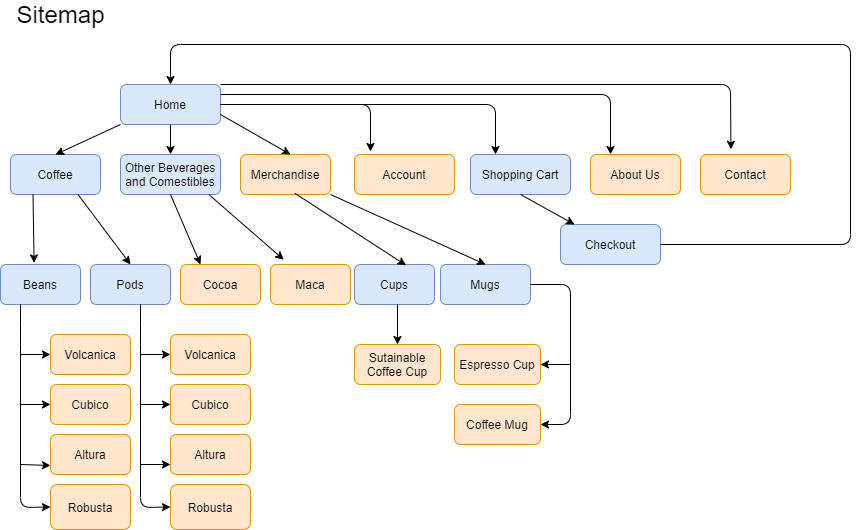
Before: doc/Sitemap.png, a diagram exported from draw.io (haugs2/inca-coffeeshop). Source tidied: cells renumbered, new cells last; positions are measured from the earlier drawing's top-left corner, leaving out a move shared by most shapes.
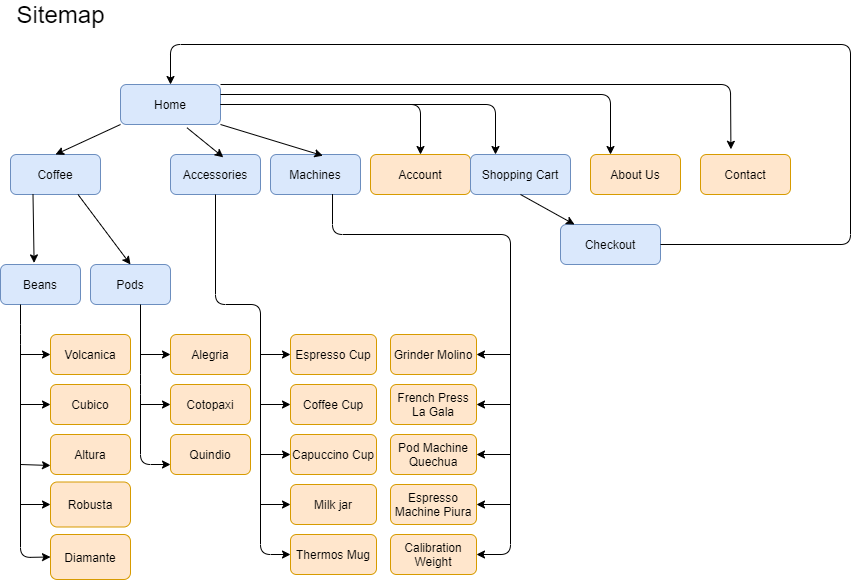
Above is the later version.

Diff of the diagram source:
```diff
@@ -8,14 +8,11 @@
     <mxCell id="3" value="Coffee" style="rounded=1;whiteSpace=wrap;html=1;fillColor=#dae8fc;strokeColor=#6c8ebf;" parent="1" vertex="1">
       <mxGeometry x="10" y="150" width="90" height="40" as="geometry" />
     </mxCell>
-    <mxCell id="4" value="Other Beverages and Comestibles" style="rounded=1;whiteSpace=wrap;html=1;fillColor=#dae8fc;strokeColor=#6c8ebf;" parent="1" vertex="1">
-      <mxGeometry x="120" y="150" width="100" height="40" as="geometry" />
-    </mxCell>
-    <mxCell id="5" value="Merchandise" style="rounded=1;whiteSpace=wrap;html=1;fillColor=#ffe6cc;strokeColor=#d79b00;" parent="1" vertex="1">
-      <mxGeometry x="240" y="150" width="90" height="40" as="geometry" />
+    <mxCell id="5" value="Accessories" style="rounded=1;whiteSpace=wrap;html=1;fillColor=#dae8fc;strokeColor=#6c8ebf;" parent="1" vertex="1">
+      <mxGeometry x="170" y="150" width="90" height="40" as="geometry" />
     </mxCell>
     <mxCell id="6" value="Account" style="rounded=1;whiteSpace=wrap;html=1;fillColor=#ffe6cc;strokeColor=#d79b00;" parent="1" vertex="1">
-      <mxGeometry x="354" y="150" width="100" height="40" as="geometry" />
+      <mxGeometry x="370" y="150" width="100" height="40" as="geometry" />
     </mxCell>
     <mxCell id="7" value="Shopping Cart" style="rounded=1;whiteSpace=wrap;html=1;fillColor=#dae8fc;strokeColor=#6c8ebf;" parent="1" vertex="1">
       <mxGeometry x="470" y="150" width="100" height="40" as="geometry" />
@@ -38,19 +35,13 @@
     <mxCell id="13" style="endArrow=classic;html=1;exitX=0;exitY=1;exitDx=0;exitDy=0;entryX=0.5;entryY=0;entryDx=0;entryDy=0;" parent="1" edge="1" source="2" target="3">
       <mxGeometry relative="1" as="geometry" />
     </mxCell>
-    <mxCell id="14" style="endArrow=classic;html=1;exitX=0.5;exitY=1;exitDx=0;exitDy=0;entryX=0.5;entryY=0;entryDx=0;entryDy=0;" parent="1" edge="1" source="2" target="4">
-      <mxGeometry relative="1" as="geometry" />
-    </mxCell>
-    <mxCell id="15" style="endArrow=classic;html=1;exitX=1;exitY=0.75;exitDx=0;exitDy=0;" parent="1" edge="1" source="2">
-      <mxGeometry relative="1" as="geometry">
-        <mxPoint x="290" y="150" as="targetPoint" />
-      </mxGeometry>
+    <mxCell id="15" style="endArrow=classic;html=1;exitX=0.664;exitY=1.08;exitDx=0;exitDy=0;entryX=0.587;entryY=0.07;entryDx=0;entryDy=0;entryPerimeter=0;exitPerimeter=0;" parent="1" edge="1" source="2" target="5">
+      <mxGeometry relative="1" as="geometry" />
     </mxCell>
-    <mxCell id="16" style="endArrow=classic;html=1;exitX=1;exitY=0.5;exitDx=0;exitDy=0;" parent="1" edge="1" source="2">
+    <mxCell id="16" style="endArrow=classic;html=1;exitX=1;exitY=0.5;exitDx=0;exitDy=0;entryX=0.5;entryY=0;entryDx=0;entryDy=0;" parent="1" edge="1" source="2" target="6">
       <mxGeometry relative="1" as="geometry">
-        <mxPoint x="370" y="147" as="targetPoint" />
         <Array as="points">
-          <mxPoint x="370" y="100" />
+          <mxPoint x="420" y="100" />
         </Array>
       </mxGeometry>
     </mxCell>
@@ -86,24 +77,6 @@
     <mxCell id="22" style="endArrow=classic;html=1;exitX=0.75;exitY=1;exitDx=0;exitDy=0;entryX=0.5;entryY=0;entryDx=0;entryDy=0;" parent="1" edge="1" source="3" target="12">
       <mxGeometry relative="1" as="geometry" />
     </mxCell>
-    <mxCell id="23" value="Cocoa" style="rounded=1;whiteSpace=wrap;html=1;fillColor=#ffe6cc;strokeColor=#d79b00;" parent="1" vertex="1">
-      <mxGeometry x="180" y="260" width="80" height="40" as="geometry" />
-    </mxCell>
-    <mxCell id="24" value="Maca" style="rounded=1;whiteSpace=wrap;html=1;fillColor=#ffe6cc;strokeColor=#d79b00;" parent="1" vertex="1">
-      <mxGeometry x="270" y="260" width="80" height="40" as="geometry" />
-    </mxCell>
-    <mxCell id="25" style="endArrow=classic;html=1;exitX=0.5;exitY=1;exitDx=0;exitDy=0;entryX=0.25;entryY=0;entryDx=0;entryDy=0;" parent="1" edge="1" source="4" target="23">
-      <mxGeometry relative="1" as="geometry" />
-    </mxCell>
-    <mxCell id="26" style="endArrow=classic;html=1;exitX=0.888;exitY=1.01;exitDx=0;exitDy=0;exitPerimeter=0;entryX=0.165;entryY=-0.12;entryDx=0;entryDy=0;entryPerimeter=0;" parent="1" edge="1" source="4" target="24">
-      <mxGeometry relative="1" as="geometry" />
-    </mxCell>
-    <mxCell id="27" value="Cups" style="rounded=1;whiteSpace=wrap;html=1;fillColor=#dae8fc;strokeColor=#6c8ebf;" parent="1" vertex="1">
-      <mxGeometry x="354" y="260" width="80" height="40" as="geometry" />
-    </mxCell>
-    <mxCell id="28" value="Mugs" style="rounded=1;whiteSpace=wrap;html=1;fillColor=#dae8fc;strokeColor=#6c8ebf;" parent="1" vertex="1">
-      <mxGeometry x="440" y="260" width="90" height="40" as="geometry" />
-    </mxCell>
     <mxCell id="29" value="Volcanica" style="rounded=1;whiteSpace=wrap;html=1;fillColor=#ffe6cc;strokeColor=#d79b00;" parent="1" vertex="1">
       <mxGeometry x="50" y="330" width="80" height="40" as="geometry" />
     </mxCell>
@@ -114,13 +87,13 @@
       <mxGeometry x="50" y="430" width="80" height="40" as="geometry" />
     </mxCell>
     <mxCell id="32" value="Robusta" style="rounded=1;whiteSpace=wrap;html=1;fillColor=#ffe6cc;strokeColor=#d79b00;" parent="1" vertex="1">
-      <mxGeometry x="50" y="480" width="80" height="45" as="geometry" />
+      <mxGeometry x="50" y="477.5" width="80" height="45" as="geometry" />
     </mxCell>
-    <mxCell id="33" style="endArrow=classic;html=1;exitX=0.25;exitY=1;exitDx=0;exitDy=0;entryX=0;entryY=0.5;entryDx=0;entryDy=0;" parent="1" edge="1" source="11" target="32">
+    <mxCell id="33" style="endArrow=classic;html=1;exitX=0.25;exitY=1;exitDx=0;exitDy=0;entryX=0;entryY=0.5;entryDx=0;entryDy=0;" parent="1" edge="1" source="11" target="55">
       <mxGeometry relative="1" as="geometry">
         <Array as="points">
           <mxPoint x="20" y="330" />
-          <mxPoint x="20" y="503" />
+          <mxPoint x="20" y="553" />
         </Array>
       </mxGeometry>
     </mxCell>
@@ -141,27 +114,15 @@
         <mxPoint x="20" y="350" as="sourcePoint" />
       </mxGeometry>
     </mxCell>
-    <mxCell id="37" value="Volcanica" style="rounded=1;whiteSpace=wrap;html=1;fillColor=#ffe6cc;strokeColor=#d79b00;" parent="1" vertex="1">
+    <mxCell id="37" value="Alegria" style="rounded=1;whiteSpace=wrap;html=1;fillColor=#ffe6cc;strokeColor=#d79b00;" parent="1" vertex="1">
       <mxGeometry x="170" y="330" width="80" height="40" as="geometry" />
     </mxCell>
-    <mxCell id="38" value="Cubico" style="rounded=1;whiteSpace=wrap;html=1;fillColor=#ffe6cc;strokeColor=#d79b00;" parent="1" vertex="1">
+    <mxCell id="38" value="Cotopaxi" style="rounded=1;whiteSpace=wrap;html=1;fillColor=#ffe6cc;strokeColor=#d79b00;" parent="1" vertex="1">
       <mxGeometry x="170" y="380" width="80" height="40" as="geometry" />
     </mxCell>
-    <mxCell id="39" value="Altura" style="rounded=1;whiteSpace=wrap;html=1;fillColor=#ffe6cc;strokeColor=#d79b00;" parent="1" vertex="1">
+    <mxCell id="39" value="Quindio" style="rounded=1;whiteSpace=wrap;html=1;fillColor=#ffe6cc;strokeColor=#d79b00;" parent="1" vertex="1">
       <mxGeometry x="170" y="430" width="80" height="40" as="geometry" />
     </mxCell>
-    <mxCell id="40" value="Robusta" style="rounded=1;whiteSpace=wrap;html=1;fillColor=#ffe6cc;strokeColor=#d79b00;" parent="1" vertex="1">
-      <mxGeometry x="170" y="480" width="80" height="45" as="geometry" />
-    </mxCell>
-    <mxCell id="41" style="endArrow=classic;html=1;exitX=0.25;exitY=1;exitDx=0;exitDy=0;entryX=0;entryY=0.5;entryDx=0;entryDy=0;" parent="1" edge="1" target="40">
-      <mxGeometry relative="1" as="geometry">
-        <mxPoint x="140" y="300" as="sourcePoint" />
-        <Array as="points">
-          <mxPoint x="140" y="330" />
-          <mxPoint x="140" y="503" />
-        </Array>
-      </mxGeometry>
-    </mxCell>
     <mxCell id="42" style="endArrow=classic;html=1;exitX=1;exitY=0.5;exitDx=0;exitDy=0;entryX=0.5;entryY=0;entryDx=0;entryDy=0;" parent="1" edge="1" source="8" target="2">
       <mxGeometry relative="1" as="geometry">
         <Array as="points">
@@ -181,46 +142,119 @@
         <mxPoint x="140" y="400" as="sourcePoint" />
       </mxGeometry>
     </mxCell>
-    <mxCell id="45" style="endArrow=classic;html=1;entryX=0;entryY=0.75;entryDx=0;entryDy=0;" parent="1" edge="1" target="39">
-      <mxGeometry relative="1" as="geometry">
-        <mxPoint x="140" y="460" as="sourcePoint" />
-      </mxGeometry>
-    </mxCell>
-    <mxCell id="46" value="Sutainable Coffee Cup" style="rounded=1;whiteSpace=wrap;html=1;fillColor=#ffe6cc;strokeColor=#d79b00;" parent="1" vertex="1">
-      <mxGeometry x="354" y="340" width="86" height="40" as="geometry" />
+    <mxCell id="46" value="Espresso Cup" style="rounded=1;whiteSpace=wrap;html=1;fillColor=#ffe6cc;strokeColor=#d79b00;" parent="1" vertex="1">
+      <mxGeometry x="290" y="330" width="86" height="40" as="geometry" />
     </mxCell>
-    <mxCell id="47" value="Espresso Cup" style="rounded=1;whiteSpace=wrap;html=1;fillColor=#ffe6cc;strokeColor=#d79b00;" parent="1" vertex="1">
-      <mxGeometry x="454" y="340" width="86" height="40" as="geometry" />
+    <mxCell id="47" value="Coffee Cup" style="rounded=1;whiteSpace=wrap;html=1;fillColor=#ffe6cc;strokeColor=#d79b00;" parent="1" vertex="1">
+      <mxGeometry x="290" y="380" width="86" height="40" as="geometry" />
     </mxCell>
-    <mxCell id="48" value="Coffee Mug" style="rounded=1;whiteSpace=wrap;html=1;fillColor=#ffe6cc;strokeColor=#d79b00;" parent="1" vertex="1">
-      <mxGeometry x="454" y="400" width="86" height="40" as="geometry" />
+    <mxCell id="48" value="Capuccino Cup" style="rounded=1;whiteSpace=wrap;html=1;fillColor=#ffe6cc;strokeColor=#d79b00;" parent="1" vertex="1">
+      <mxGeometry x="290" y="430" width="86" height="40" as="geometry" />
     </mxCell>
-    <mxCell id="49" style="endArrow=classic;html=1;exitX=0.604;exitY=0.97;exitDx=0;exitDy=0;exitPerimeter=0;entryX=0.645;entryY=0.02;entryDx=0;entryDy=0;entryPerimeter=0;" parent="1" edge="1" source="5" target="27">
-      <mxGeometry relative="1" as="geometry" />
-    </mxCell>
-    <mxCell id="50" style="endArrow=classic;html=1;exitX=1;exitY=1;exitDx=0;exitDy=0;entryX=0.5;entryY=0;entryDx=0;entryDy=0;" parent="1" edge="1" source="5" target="28">
-      <mxGeometry relative="1" as="geometry" />
-    </mxCell>
-    <mxCell id="51" style="endArrow=classic;html=1;entryX=0.5;entryY=0;entryDx=0;entryDy=0;" parent="1" edge="1" target="46">
+    <mxCell id="51" style="endArrow=classic;html=1;exitX=0.5;exitY=1;exitDx=0;exitDy=0;entryX=0;entryY=0.5;entryDx=0;entryDy=0;" parent="1" edge="1" source="5" target="60">
       <mxGeometry relative="1" as="geometry">
-        <mxPoint x="397" y="300" as="sourcePoint" />
+        <Array as="points">
+          <mxPoint x="215" y="300" />
+          <mxPoint x="260" y="300" />
+          <mxPoint x="260" y="550" />
+        </Array>
       </mxGeometry>
     </mxCell>
-    <mxCell id="52" style="endArrow=classic;html=1;exitX=1;exitY=0.5;exitDx=0;exitDy=0;entryX=1;entryY=0.5;entryDx=0;entryDy=0;" parent="1" edge="1" source="28" target="48">
-      <mxGeometry relative="1" as="geometry">
-        <Array as="points">
-          <mxPoint x="570" y="280" />
-          <mxPoint x="570" y="420" />
-        </Array>
-      </mxGeometry>
-    </mxCell>
-    <mxCell id="53" style="endArrow=classic;html=1;entryX=1;entryY=0.5;entryDx=0;entryDy=0;" parent="1" edge="1" target="47">
-      <mxGeometry relative="1" as="geometry">
-        <mxPoint x="570" y="360" as="sourcePoint" />
-      </mxGeometry>
-    </mxCell>
     <mxCell id="54" value="&lt;div style=&quot;text-align: justify&quot;&gt;&lt;span style=&quot;font-size: 24px&quot;&gt;Sitemap&lt;/span&gt;&lt;/div&gt;" style="text;html=1;align=center;verticalAlign=middle;" parent="1" vertex="1">
       <mxGeometry x="10" width="100" height="20" as="geometry" />
     </mxCell>
+    <mxCell id="55" value="Diamante" style="rounded=1;whiteSpace=wrap;html=1;fillColor=#ffe6cc;strokeColor=#d79b00;" parent="1" vertex="1">
+      <mxGeometry x="50" y="530" width="80" height="45" as="geometry" />
+    </mxCell>
+    <mxCell id="56" style="endArrow=classic;html=1;entryX=0;entryY=0.75;entryDx=0;entryDy=0;" parent="1" edge="1" target="39">
+      <mxGeometry relative="1" as="geometry">
+        <mxPoint x="140" y="300" as="sourcePoint" />
+        <Array as="points">
+          <mxPoint x="140" y="380" />
+          <mxPoint x="140" y="460" />
+        </Array>
+      </mxGeometry>
+    </mxCell>
+    <mxCell id="57" style="endArrow=classic;html=1;" parent="1" edge="1" target="47">
+      <mxGeometry relative="1" as="geometry">
+        <mxPoint x="260" y="400" as="sourcePoint" />
+      </mxGeometry>
+    </mxCell>
+    <mxCell id="58" style="endArrow=classic;html=1;entryX=0;entryY=0.5;entryDx=0;entryDy=0;" parent="1" edge="1" target="46">
+      <mxGeometry relative="1" as="geometry">
+        <mxPoint x="260" y="350" as="sourcePoint" />
+      </mxGeometry>
+    </mxCell>
+    <mxCell id="59" value="Milk jar" style="rounded=1;whiteSpace=wrap;html=1;fillColor=#ffe6cc;strokeColor=#d79b00;" parent="1" vertex="1">
+      <mxGeometry x="290" y="480" width="86" height="40" as="geometry" />
+    </mxCell>
+    <mxCell id="60" value="Thermos Mug" style="rounded=1;whiteSpace=wrap;html=1;fillColor=#ffe6cc;strokeColor=#d79b00;" parent="1" vertex="1">
+      <mxGeometry x="290" y="530" width="86" height="40" as="geometry" />
+    </mxCell>
+    <mxCell id="61" value="Machines" style="rounded=1;whiteSpace=wrap;html=1;fillColor=#dae8fc;strokeColor=#6c8ebf;" parent="1" vertex="1">
+      <mxGeometry x="270" y="150" width="90" height="40" as="geometry" />
+    </mxCell>
+    <mxCell id="62" style="endArrow=classic;html=1;exitX=1;exitY=1;exitDx=0;exitDy=0;entryX=0.582;entryY=0.03;entryDx=0;entryDy=0;entryPerimeter=0;" parent="1" edge="1" source="2" target="61">
+      <mxGeometry relative="1" as="geometry" />
+    </mxCell>
+    <mxCell id="63" value="Grinder Molino" style="rounded=1;whiteSpace=wrap;html=1;fillColor=#ffe6cc;strokeColor=#d79b00;" parent="1" vertex="1">
+      <mxGeometry x="390" y="330" width="86" height="40" as="geometry" />
+    </mxCell>
+    <mxCell id="64" value="French Press La Gala" style="rounded=1;whiteSpace=wrap;html=1;fillColor=#ffe6cc;strokeColor=#d79b00;" parent="1" vertex="1">
+      <mxGeometry x="390" y="380" width="86" height="40" as="geometry" />
+    </mxCell>
+    <mxCell id="65" value="Pod Machine Quechua" style="rounded=1;whiteSpace=wrap;html=1;fillColor=#ffe6cc;strokeColor=#d79b00;" parent="1" vertex="1">
+      <mxGeometry x="390" y="430" width="86" height="40" as="geometry" />
+    </mxCell>
+    <mxCell id="66" value="Espresso Machine Piura" style="rounded=1;whiteSpace=wrap;html=1;fillColor=#ffe6cc;strokeColor=#d79b00;" parent="1" vertex="1">
+      <mxGeometry x="390" y="480" width="86" height="40" as="geometry" />
+    </mxCell>
+    <mxCell id="67" value="Calibration Weight" style="rounded=1;whiteSpace=wrap;html=1;fillColor=#ffe6cc;strokeColor=#d79b00;" parent="1" vertex="1">
+      <mxGeometry x="390" y="530" width="86" height="40" as="geometry" />
+    </mxCell>
+    <mxCell id="68" style="endArrow=classic;html=1;exitX=0.689;exitY=0.99;exitDx=0;exitDy=0;exitPerimeter=0;entryX=1;entryY=0.5;entryDx=0;entryDy=0;" parent="1" edge="1" source="61" target="67">
+      <mxGeometry relative="1" as="geometry">
+        <Array as="points">
+          <mxPoint x="332" y="230" />
+          <mxPoint x="510" y="230" />
+          <mxPoint x="510" y="550" />
+        </Array>
+      </mxGeometry>
+    </mxCell>
+    <mxCell id="69" style="endArrow=classic;html=1;entryX=1;entryY=0.5;entryDx=0;entryDy=0;" parent="1" edge="1" target="66">
+      <mxGeometry relative="1" as="geometry">
+        <mxPoint x="510" y="500" as="sourcePoint" />
+      </mxGeometry>
+    </mxCell>
+    <mxCell id="70" style="endArrow=classic;html=1;entryX=1;entryY=0.5;entryDx=0;entryDy=0;" parent="1" edge="1" target="65">
+      <mxGeometry relative="1" as="geometry">
+        <mxPoint x="510" y="450" as="sourcePoint" />
+      </mxGeometry>
+    </mxCell>
+    <mxCell id="71" style="endArrow=classic;html=1;entryX=1;entryY=0.5;entryDx=0;entryDy=0;" parent="1" edge="1" target="64">
+      <mxGeometry relative="1" as="geometry">
+        <mxPoint x="510" y="400" as="sourcePoint" />
+      </mxGeometry>
+    </mxCell>
+    <mxCell id="72" style="endArrow=classic;html=1;entryX=1;entryY=0.5;entryDx=0;entryDy=0;" parent="1" edge="1" target="63">
+      <mxGeometry relative="1" as="geometry">
+        <mxPoint x="510" y="350" as="sourcePoint" />
+      </mxGeometry>
+    </mxCell>
+    <mxCell id="73" style="endArrow=classic;html=1;entryX=0;entryY=0.5;entryDx=0;entryDy=0;" parent="1" edge="1" target="32">
+      <mxGeometry relative="1" as="geometry">
+        <mxPoint x="20" y="500" as="sourcePoint" />
+      </mxGeometry>
+    </mxCell>
+    <mxCell id="74" style="endArrow=classic;html=1;" parent="1" edge="1" target="48">
+      <mxGeometry relative="1" as="geometry">
+        <mxPoint x="260" y="450" as="sourcePoint" />
+      </mxGeometry>
+    </mxCell>
+    <mxCell id="75" style="endArrow=classic;html=1;" parent="1" edge="1" target="59">
+      <mxGeometry relative="1" as="geometry">
+        <mxPoint x="260" y="500" as="sourcePoint" />
+      </mxGeometry>
+    </mxCell>
   </root>
 </mxGraphModel>
```
